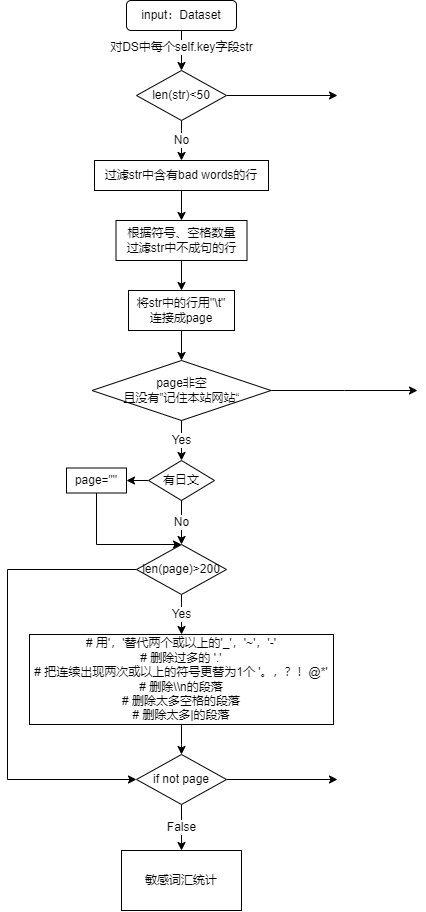
Earlier version of the draw.io export draw.io/OneFlow/zh_clean_OP_flowchart.png (LanXiu-0523/Image_host). Source tidied: cells renumbered, new cells last; positions are measured from the earlier drawing's top-left corner, leaving out a move shared by most shapes.
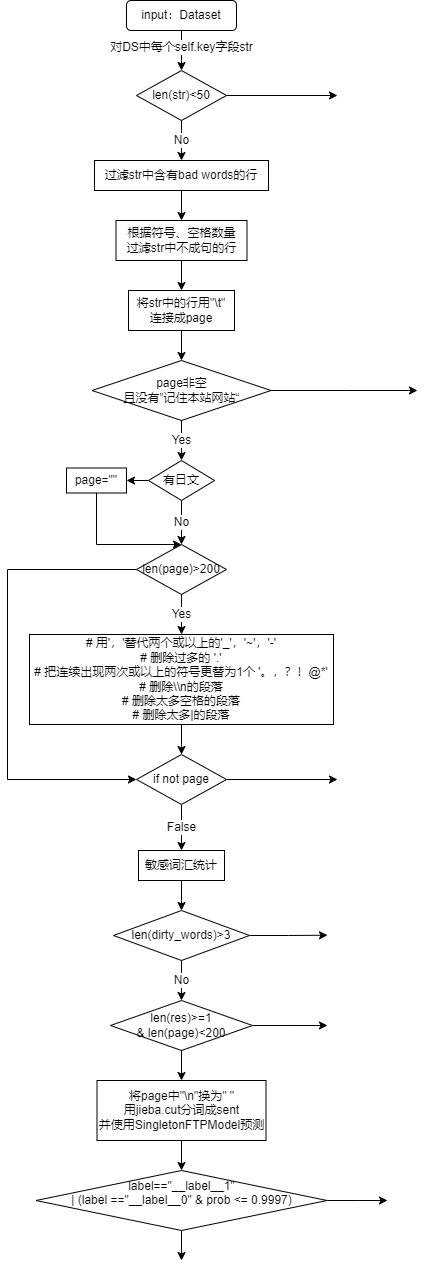
The same diagram one commit later.

What changed in the source:
```diff
@@ -122,8 +122,52 @@
         </Array>
       </mxGeometry>
     </mxCell>
+    <mxCell id="31" style="edgeStyle=orthogonalEdgeStyle;rounded=0;jettySize=auto;html=1;" parent="1" edge="1" source="30" target="34">
+      <mxGeometry relative="1" as="geometry" />
+    </mxCell>
     <mxCell id="30" value="敏感词汇统计" style="rounded=0;whiteSpace=wrap;html=1;" parent="1" vertex="1">
-      <mxGeometry x="114" y="850" width="120" height="60" as="geometry" />
+      <mxGeometry x="131" y="850" width="86" height="30" as="geometry" />
     </mxCell>
+    <mxCell id="32" style="edgeStyle=orthogonalEdgeStyle;rounded=0;jettySize=auto;html=1;exitX=1;exitY=0.5;exitDx=0;exitDy=0;" parent="1" edge="1" source="34">
+      <mxGeometry relative="1" as="geometry">
+        <mxPoint x="320" y="934.7" as="targetPoint" />
+      </mxGeometry>
+    </mxCell>
+    <mxCell id="33" value="No" style="edgeStyle=orthogonalEdgeStyle;rounded=0;jettySize=auto;html=1;" parent="1" edge="1" source="34" target="37">
+      <mxGeometry relative="1" as="geometry" />
+    </mxCell>
+    <mxCell id="34" value="len(dirty_words)&amp;gt;3" style="rhombus;whiteSpace=wrap;html=1;" parent="1" vertex="1">
+      <mxGeometry x="106" y="910" width="136" height="50" as="geometry" />
+    </mxCell>
+    <mxCell id="35" style="edgeStyle=orthogonalEdgeStyle;rounded=0;jettySize=auto;html=1;" parent="1" edge="1" source="37">
+      <mxGeometry relative="1" as="geometry">
+        <mxPoint x="320" y="1025" as="targetPoint" />
+      </mxGeometry>
+    </mxCell>
+    <mxCell id="36" style="edgeStyle=orthogonalEdgeStyle;rounded=0;jettySize=auto;html=1;" parent="1" edge="1" source="37" target="39">
+      <mxGeometry relative="1" as="geometry" />
+    </mxCell>
+    <mxCell id="37" value="len(res)&amp;gt;=1&lt;br&gt;&amp;amp; len(page)&amp;lt;200" style="rhombus;whiteSpace=wrap;html=1;" parent="1" vertex="1">
+      <mxGeometry x="103" y="1000" width="142" height="50" as="geometry" />
+    </mxCell>
+    <mxCell id="38" style="edgeStyle=orthogonalEdgeStyle;rounded=0;jettySize=auto;html=1;" parent="1" edge="1" source="39" target="41">
+      <mxGeometry relative="1" as="geometry" />
+    </mxCell>
+    <mxCell id="39" value="将page中&quot;\n&quot;换为&quot; &quot;&lt;br&gt;用jieba.cut分词成sent&lt;br&gt;并使用SingletonFTPModel预测" style="rounded=0;whiteSpace=wrap;html=1;" parent="1" vertex="1">
+      <mxGeometry x="89.5" y="1080" width="169" height="60" as="geometry" />
+    </mxCell>
+    <mxCell id="40" style="edgeStyle=orthogonalEdgeStyle;rounded=0;jettySize=auto;html=1;" parent="1" edge="1" source="41">
+      <mxGeometry relative="1" as="geometry">
+        <mxPoint x="380" y="1200" as="targetPoint" />
+      </mxGeometry>
+    </mxCell>
+    <mxCell id="41" value="&lt;div&gt;label==&quot;__label__1&quot;&lt;/div&gt;&lt;div&gt;| (label ==&quot;__label__0&quot; &amp;amp; prob &amp;lt;= 0.9997)&lt;/div&gt;&lt;div&gt;&lt;br&gt;&lt;/div&gt;" style="rhombus;whiteSpace=wrap;html=1;" parent="1" vertex="1">
+      <mxGeometry x="28.5" y="1170" width="291" height="60" as="geometry" />
+    </mxCell>
+    <mxCell id="42" style="endArrow=classic;html=1;rounded=0;exitX=0.5;exitY=1;exitDx=0;exitDy=0;" parent="1" edge="1" source="41">
+      <mxGeometry relative="1" as="geometry">
+        <mxPoint x="174" y="1260" as="targetPoint" />
+      </mxGeometry>
+    </mxCell>
   </root>
 </mxGraphModel>
```
